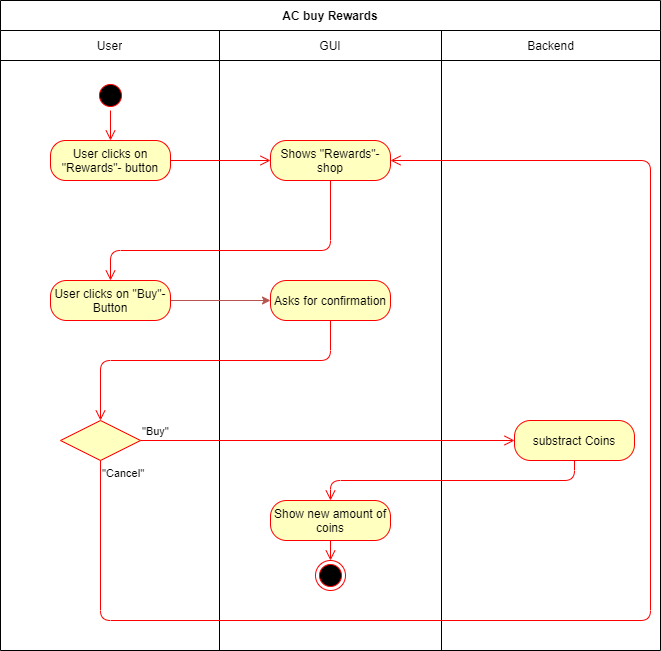
This is PNGs/AC_Buy_Rewards.png from david2628/Work2Play, a draw.io export, as it was before one commit. Source tidied: cells renumbered, new cells last; positions are measured from the earlier drawing's top-left corner, leaving out a move shared by most shapes. Its diagram source:
```xml
<mxGraphModel>
  <root>
    <mxCell id="0" />
    <mxCell id="1" parent="0" />
    <mxCell id="2" value="AC buy Rewards" style="shape=table;html=1;whiteSpace=wrap;startSize=30;fontStyle=1;align=center;" parent="1" vertex="1">
      <mxGeometry width="660" height="650" as="geometry" />
    </mxCell>
    <mxCell id="3" style="shape=partialRectangle;html=1;whiteSpace=wrap;fillColor=none;top=0;left=0;bottom=0;right=0;" parent="2" vertex="1">
      <mxGeometry y="30" width="660" height="30" as="geometry" />
    </mxCell>
    <mxCell id="4" value="User" style="shape=partialRectangle;html=1;whiteSpace=wrap;fillColor=none;top=0;left=0;bottom=0;right=0;overflow=hidden;" parent="3" vertex="1">
      <mxGeometry width="219" height="30" as="geometry" />
    </mxCell>
    <mxCell id="5" value="GUI" style="shape=partialRectangle;html=1;whiteSpace=wrap;fillColor=none;top=0;left=0;bottom=0;right=0;overflow=hidden;" parent="3" vertex="1">
      <mxGeometry x="219" width="222" height="30" as="geometry" />
    </mxCell>
    <mxCell id="6" value="Backend" style="shape=partialRectangle;html=1;whiteSpace=wrap;fillColor=none;top=0;left=0;bottom=0;right=0;overflow=hidden;" parent="3" vertex="1">
      <mxGeometry x="441" width="219" height="30" as="geometry" />
    </mxCell>
    <mxCell id="7" style="shape=partialRectangle;html=1;whiteSpace=wrap;fillColor=none;top=0;left=0;bottom=0;right=0;" parent="2" vertex="1">
      <mxGeometry y="60" width="660" height="590" as="geometry" />
    </mxCell>
    <mxCell id="8" style="shape=partialRectangle;html=1;whiteSpace=wrap;fillColor=none;top=0;left=0;bottom=0;right=0;overflow=hidden;" parent="7" vertex="1">
      <mxGeometry width="219" height="590" as="geometry" />
    </mxCell>
    <mxCell id="9" style="shape=partialRectangle;html=1;whiteSpace=wrap;fillColor=none;top=0;left=0;bottom=0;right=0;overflow=hidden;" parent="7" vertex="1">
      <mxGeometry x="219" width="222" height="590" as="geometry" />
    </mxCell>
    <mxCell id="10" style="shape=partialRectangle;html=1;whiteSpace=wrap;fillColor=none;top=0;left=0;bottom=0;right=0;overflow=hidden;" parent="7" vertex="1">
      <mxGeometry x="441" width="219" height="590" as="geometry" />
    </mxCell>
    <mxCell id="11" style="ellipse;html=1;shape=startState;fillColor=#000000;strokeColor=#ff0000;" parent="1" vertex="1">
      <mxGeometry x="95" y="80" width="30" height="30" as="geometry" />
    </mxCell>
    <mxCell id="12" style="edgeStyle=orthogonalEdgeStyle;html=1;verticalAlign=bottom;endArrow=open;endSize=8;strokeColor=#ff0000;" parent="1" edge="1" source="11">
      <mxGeometry relative="1" as="geometry">
        <mxPoint x="110" y="140" as="targetPoint" />
      </mxGeometry>
    </mxCell>
    <mxCell id="13" style="edgeStyle=orthogonalEdgeStyle;rounded=0;orthogonalLoop=1;jettySize=auto;html=1;exitX=0.5;exitY=1;exitDx=0;exitDy=0;" parent="1" edge="1">
      <mxGeometry relative="1" as="geometry">
        <mxPoint x="105" y="150" as="sourcePoint" />
        <mxPoint x="105" y="150" as="targetPoint" />
      </mxGeometry>
    </mxCell>
    <mxCell id="14" value="User clicks on &quot;Rewards&quot;- button" style="rounded=1;whiteSpace=wrap;html=1;arcSize=38;fontColor=#000000;fillColor=#ffffc0;strokeColor=#ff0000;" parent="1" vertex="1">
      <mxGeometry x="50" y="140" width="120" height="40" as="geometry" />
    </mxCell>
    <mxCell id="15" style="edgeStyle=orthogonalEdgeStyle;html=1;verticalAlign=bottom;endArrow=open;endSize=8;strokeColor=#ff0000;entryX=0;entryY=0.5;entryDx=0;entryDy=0;" parent="1" edge="1" source="14" target="16">
      <mxGeometry relative="1" as="geometry" />
    </mxCell>
    <mxCell id="16" value="Shows &quot;Rewards&quot;-shop" style="rounded=1;whiteSpace=wrap;html=1;arcSize=40;fontColor=#000000;fillColor=#ffffc0;strokeColor=#ff0000;" parent="1" vertex="1">
      <mxGeometry x="270" y="140" width="120" height="40" as="geometry" />
    </mxCell>
    <mxCell id="17" style="edgeStyle=orthogonalEdgeStyle;html=1;verticalAlign=bottom;endArrow=open;endSize=8;strokeColor=#ff0000;entryX=0.5;entryY=0;entryDx=0;entryDy=0;" parent="1" edge="1" source="16" target="19">
      <mxGeometry relative="1" as="geometry">
        <Array as="points">
          <mxPoint x="330" y="250" />
          <mxPoint x="110" y="250" />
        </Array>
      </mxGeometry>
    </mxCell>
    <mxCell id="18" style="edgeStyle=orthogonalEdgeStyle;rounded=0;jettySize=auto;html=1;exitX=1;exitY=0.5;exitDx=0;exitDy=0;entryX=0;entryY=0.5;entryDx=0;entryDy=0;fillColor=#f8cecc;strokeColor=#b85450;" parent="1" edge="1" source="19" target="20">
      <mxGeometry relative="1" as="geometry" />
    </mxCell>
    <mxCell id="19" value="User clicks on &quot;Buy&quot;- Button" style="rounded=1;whiteSpace=wrap;html=1;arcSize=40;fontColor=#000000;fillColor=#ffffc0;strokeColor=#ff0000;" parent="1" vertex="1">
      <mxGeometry x="50" y="280" width="120" height="40" as="geometry" />
    </mxCell>
    <mxCell id="20" value="Asks for confirmation" style="rounded=1;whiteSpace=wrap;html=1;arcSize=40;fontColor=#000000;fillColor=#ffffc0;strokeColor=#ff0000;" parent="1" vertex="1">
      <mxGeometry x="270" y="280" width="120" height="40" as="geometry" />
    </mxCell>
    <mxCell id="21" style="edgeStyle=orthogonalEdgeStyle;html=1;verticalAlign=bottom;endArrow=open;endSize=8;strokeColor=#ff0000;" parent="1" edge="1" source="20" target="22">
      <mxGeometry relative="1" as="geometry">
        <Array as="points">
          <mxPoint x="330" y="360" />
          <mxPoint x="100" y="360" />
        </Array>
      </mxGeometry>
    </mxCell>
    <mxCell id="22" style="rhombus;whiteSpace=wrap;html=1;fillColor=#ffffc0;strokeColor=#ff0000;" parent="1" vertex="1">
      <mxGeometry x="60" y="420" width="80" height="40" as="geometry" />
    </mxCell>
    <mxCell id="23" value="&quot;Buy&quot;" style="edgeStyle=orthogonalEdgeStyle;html=1;align=left;verticalAlign=bottom;endArrow=open;endSize=8;strokeColor=#ff0000;entryX=0;entryY=0.5;entryDx=0;entryDy=0;" parent="1" edge="1" source="22" target="25">
      <mxGeometry x="-1" relative="1" as="geometry" />
    </mxCell>
    <mxCell id="24" value="&quot;Cancel&quot;" style="edgeStyle=orthogonalEdgeStyle;html=1;align=left;verticalAlign=top;endArrow=open;endSize=8;strokeColor=#ff0000;entryX=1;entryY=0.5;entryDx=0;entryDy=0;" parent="1" edge="1" source="22" target="16">
      <mxGeometry x="-1" relative="1" as="geometry">
        <Array as="points">
          <mxPoint x="100" y="620" />
          <mxPoint x="650" y="620" />
          <mxPoint x="650" y="160" />
        </Array>
      </mxGeometry>
    </mxCell>
    <mxCell id="25" value="substract Coins" style="rounded=1;whiteSpace=wrap;html=1;arcSize=40;fontColor=#000000;fillColor=#ffffc0;strokeColor=#ff0000;" parent="1" vertex="1">
      <mxGeometry x="514" y="420" width="120" height="40" as="geometry" />
    </mxCell>
    <mxCell id="26" style="edgeStyle=orthogonalEdgeStyle;html=1;verticalAlign=bottom;endArrow=open;endSize=8;strokeColor=#ff0000;entryX=0.5;entryY=0;entryDx=0;entryDy=0;" parent="1" edge="1" source="25" target="27">
      <mxGeometry relative="1" as="geometry">
        <Array as="points">
          <mxPoint x="574" y="480" />
          <mxPoint x="330" y="480" />
        </Array>
      </mxGeometry>
    </mxCell>
    <mxCell id="27" value="Show new amount of coins" style="rounded=1;whiteSpace=wrap;html=1;arcSize=40;fontColor=#000000;fillColor=#ffffc0;strokeColor=#ff0000;" parent="1" vertex="1">
      <mxGeometry x="270" y="500" width="120" height="40" as="geometry" />
    </mxCell>
    <mxCell id="28" style="edgeStyle=orthogonalEdgeStyle;html=1;verticalAlign=bottom;endArrow=open;endSize=8;strokeColor=#ff0000;" parent="1" edge="1" source="27">
      <mxGeometry relative="1" as="geometry">
        <mxPoint x="330" y="560" as="targetPoint" />
      </mxGeometry>
    </mxCell>
    <mxCell id="29" style="ellipse;html=1;shape=endState;fillColor=#000000;strokeColor=#ff0000;" parent="1" vertex="1">
      <mxGeometry x="315" y="560" width="30" height="30" as="geometry" />
    </mxCell>
  </root>
</mxGraphModel>
```
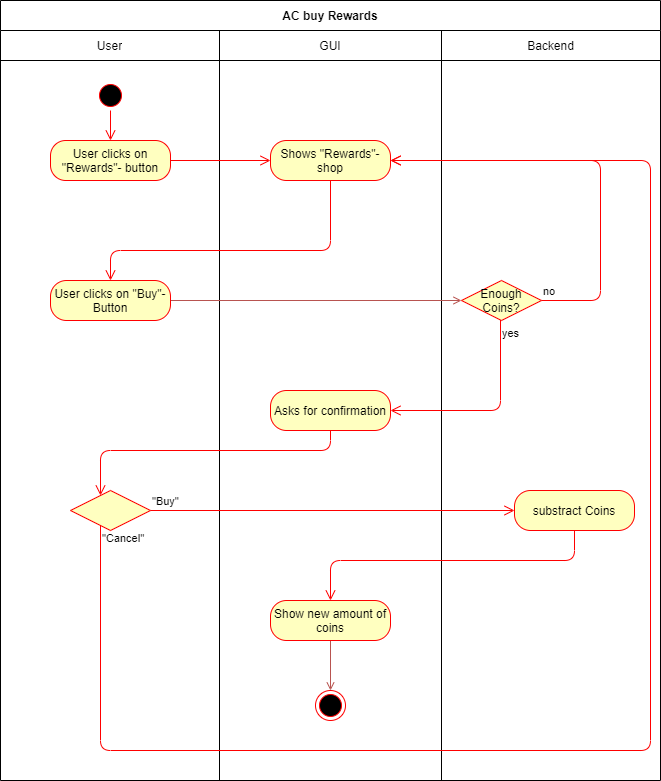
After the commit.

What changed in the source:
```diff
@@ -3,7 +3,7 @@
     <mxCell id="0" />
     <mxCell id="1" parent="0" />
     <mxCell id="2" value="AC buy Rewards" style="shape=table;html=1;whiteSpace=wrap;startSize=30;fontStyle=1;align=center;" parent="1" vertex="1">
-      <mxGeometry width="660" height="650" as="geometry" />
+      <mxGeometry width="660" height="780" as="geometry" />
     </mxCell>
     <mxCell id="3" style="shape=partialRectangle;html=1;whiteSpace=wrap;fillColor=none;top=0;left=0;bottom=0;right=0;" parent="2" vertex="1">
       <mxGeometry y="30" width="660" height="30" as="geometry" />
@@ -18,16 +18,16 @@
       <mxGeometry x="441" width="219" height="30" as="geometry" />
     </mxCell>
     <mxCell id="7" style="shape=partialRectangle;html=1;whiteSpace=wrap;fillColor=none;top=0;left=0;bottom=0;right=0;" parent="2" vertex="1">
-      <mxGeometry y="60" width="660" height="590" as="geometry" />
+      <mxGeometry y="60" width="660" height="720" as="geometry" />
     </mxCell>
     <mxCell id="8" style="shape=partialRectangle;html=1;whiteSpace=wrap;fillColor=none;top=0;left=0;bottom=0;right=0;overflow=hidden;" parent="7" vertex="1">
-      <mxGeometry width="219" height="590" as="geometry" />
+      <mxGeometry width="219" height="720" as="geometry" />
     </mxCell>
     <mxCell id="9" style="shape=partialRectangle;html=1;whiteSpace=wrap;fillColor=none;top=0;left=0;bottom=0;right=0;overflow=hidden;" parent="7" vertex="1">
-      <mxGeometry x="219" width="222" height="590" as="geometry" />
+      <mxGeometry x="219" width="222" height="720" as="geometry" />
     </mxCell>
     <mxCell id="10" style="shape=partialRectangle;html=1;whiteSpace=wrap;fillColor=none;top=0;left=0;bottom=0;right=0;overflow=hidden;" parent="7" vertex="1">
-      <mxGeometry x="441" width="219" height="590" as="geometry" />
+      <mxGeometry x="441" width="219" height="720" as="geometry" />
     </mxCell>
     <mxCell id="11" style="ellipse;html=1;shape=startState;fillColor=#000000;strokeColor=#ff0000;" parent="1" vertex="1">
       <mxGeometry x="95" y="80" width="30" height="30" as="geometry" />
@@ -60,25 +60,25 @@
         </Array>
       </mxGeometry>
     </mxCell>
-    <mxCell id="18" style="edgeStyle=orthogonalEdgeStyle;rounded=0;jettySize=auto;html=1;exitX=1;exitY=0.5;exitDx=0;exitDy=0;entryX=0;entryY=0.5;entryDx=0;entryDy=0;fillColor=#f8cecc;strokeColor=#b85450;" parent="1" edge="1" source="19" target="20">
-      <mxGeometry relative="1" as="geometry" />
-    </mxCell>
+    <mxCell id="30" style="edgeStyle=orthogonalEdgeStyle;rounded=0;jettySize=auto;html=1;exitX=1;exitY=0.5;exitDx=0;exitDy=0;entryX=0;entryY=0.5;entryDx=0;entryDy=0;endArrow=open;endFill=0;fillColor=#f8cecc;strokeColor=#b85450;" parent="1" edge="1" source="19" target="32">
+      <mxGeometry relative="1" as="geometry" />
+    </mxCell>
     <mxCell id="19" value="User clicks on &quot;Buy&quot;- Button" style="rounded=1;whiteSpace=wrap;html=1;arcSize=40;fontColor=#000000;fillColor=#ffffc0;strokeColor=#ff0000;" parent="1" vertex="1">
       <mxGeometry x="50" y="280" width="120" height="40" as="geometry" />
     </mxCell>
     <mxCell id="20" value="Asks for confirmation" style="rounded=1;whiteSpace=wrap;html=1;arcSize=40;fontColor=#000000;fillColor=#ffffc0;strokeColor=#ff0000;" parent="1" vertex="1">
-      <mxGeometry x="270" y="280" width="120" height="40" as="geometry" />
+      <mxGeometry x="270" y="390" width="120" height="40" as="geometry" />
     </mxCell>
     <mxCell id="21" style="edgeStyle=orthogonalEdgeStyle;html=1;verticalAlign=bottom;endArrow=open;endSize=8;strokeColor=#ff0000;" parent="1" edge="1" source="20" target="22">
       <mxGeometry relative="1" as="geometry">
         <Array as="points">
-          <mxPoint x="330" y="360" />
-          <mxPoint x="100" y="360" />
+          <mxPoint x="330" y="450" />
+          <mxPoint x="100" y="450" />
         </Array>
       </mxGeometry>
     </mxCell>
     <mxCell id="22" style="rhombus;whiteSpace=wrap;html=1;fillColor=#ffffc0;strokeColor=#ff0000;" parent="1" vertex="1">
-      <mxGeometry x="60" y="420" width="80" height="40" as="geometry" />
+      <mxGeometry x="70" y="490" width="80" height="40" as="geometry" />
     </mxCell>
     <mxCell id="23" value="&quot;Buy&quot;" style="edgeStyle=orthogonalEdgeStyle;html=1;align=left;verticalAlign=bottom;endArrow=open;endSize=8;strokeColor=#ff0000;entryX=0;entryY=0.5;entryDx=0;entryDy=0;" parent="1" edge="1" source="22" target="25">
       <mxGeometry x="-1" relative="1" as="geometry" />
@@ -86,33 +86,49 @@
     <mxCell id="24" value="&quot;Cancel&quot;" style="edgeStyle=orthogonalEdgeStyle;html=1;align=left;verticalAlign=top;endArrow=open;endSize=8;strokeColor=#ff0000;entryX=1;entryY=0.5;entryDx=0;entryDy=0;" parent="1" edge="1" source="22" target="16">
       <mxGeometry x="-1" relative="1" as="geometry">
         <Array as="points">
-          <mxPoint x="100" y="620" />
-          <mxPoint x="650" y="620" />
+          <mxPoint x="100" y="750" />
+          <mxPoint x="650" y="750" />
           <mxPoint x="650" y="160" />
         </Array>
       </mxGeometry>
     </mxCell>
     <mxCell id="25" value="substract Coins" style="rounded=1;whiteSpace=wrap;html=1;arcSize=40;fontColor=#000000;fillColor=#ffffc0;strokeColor=#ff0000;" parent="1" vertex="1">
-      <mxGeometry x="514" y="420" width="120" height="40" as="geometry" />
+      <mxGeometry x="514" y="490" width="120" height="40" as="geometry" />
     </mxCell>
     <mxCell id="26" style="edgeStyle=orthogonalEdgeStyle;html=1;verticalAlign=bottom;endArrow=open;endSize=8;strokeColor=#ff0000;entryX=0.5;entryY=0;entryDx=0;entryDy=0;" parent="1" edge="1" source="25" target="27">
       <mxGeometry relative="1" as="geometry">
         <Array as="points">
-          <mxPoint x="574" y="480" />
-          <mxPoint x="330" y="480" />
+          <mxPoint x="574" y="560" />
+          <mxPoint x="330" y="560" />
         </Array>
       </mxGeometry>
     </mxCell>
+    <mxCell id="31" style="edgeStyle=orthogonalEdgeStyle;rounded=0;jettySize=auto;html=1;exitX=0.5;exitY=1;exitDx=0;exitDy=0;entryX=0.5;entryY=0;entryDx=0;entryDy=0;fillColor=#f8cecc;strokeColor=#b85450;endArrow=open;endFill=0;" parent="1" edge="1" source="27" target="29">
+      <mxGeometry relative="1" as="geometry" />
+    </mxCell>
     <mxCell id="27" value="Show new amount of coins" style="rounded=1;whiteSpace=wrap;html=1;arcSize=40;fontColor=#000000;fillColor=#ffffc0;strokeColor=#ff0000;" parent="1" vertex="1">
-      <mxGeometry x="270" y="500" width="120" height="40" as="geometry" />
+      <mxGeometry x="270" y="600" width="120" height="40" as="geometry" />
     </mxCell>
-    <mxCell id="28" style="edgeStyle=orthogonalEdgeStyle;html=1;verticalAlign=bottom;endArrow=open;endSize=8;strokeColor=#ff0000;" parent="1" edge="1" source="27">
-      <mxGeometry relative="1" as="geometry">
-        <mxPoint x="330" y="560" as="targetPoint" />
-      </mxGeometry>
-    </mxCell>
     <mxCell id="29" style="ellipse;html=1;shape=endState;fillColor=#000000;strokeColor=#ff0000;" parent="1" vertex="1">
-      <mxGeometry x="315" y="560" width="30" height="30" as="geometry" />
+      <mxGeometry x="315" y="690" width="30" height="30" as="geometry" />
     </mxCell>
+    <mxCell id="32" value="Enough Coins?" style="rhombus;whiteSpace=wrap;html=1;fillColor=#ffffc0;strokeColor=#ff0000;" parent="1" vertex="1">
+      <mxGeometry x="461" y="280" width="80" height="40" as="geometry" />
+    </mxCell>
+    <mxCell id="33" value="no" style="edgeStyle=orthogonalEdgeStyle;html=1;align=left;verticalAlign=bottom;endArrow=open;endSize=8;strokeColor=#ff0000;entryX=1;entryY=0.5;entryDx=0;entryDy=0;" parent="1" edge="1" source="32" target="16">
+      <mxGeometry x="-1" relative="1" as="geometry">
+        <Array as="points">
+          <mxPoint x="600" y="300" />
+          <mxPoint x="600" y="160" />
+        </Array>
+      </mxGeometry>
+    </mxCell>
+    <mxCell id="34" value="yes" style="edgeStyle=orthogonalEdgeStyle;html=1;align=left;verticalAlign=top;endArrow=open;endSize=8;strokeColor=#ff0000;entryX=1;entryY=0.5;entryDx=0;entryDy=0;" parent="1" edge="1" source="32" target="20">
+      <mxGeometry x="-1" relative="1" as="geometry">
+        <Array as="points">
+          <mxPoint x="500" y="410" />
+        </Array>
+      </mxGeometry>
+    </mxCell>
   </root>
 </mxGraphModel>
```
